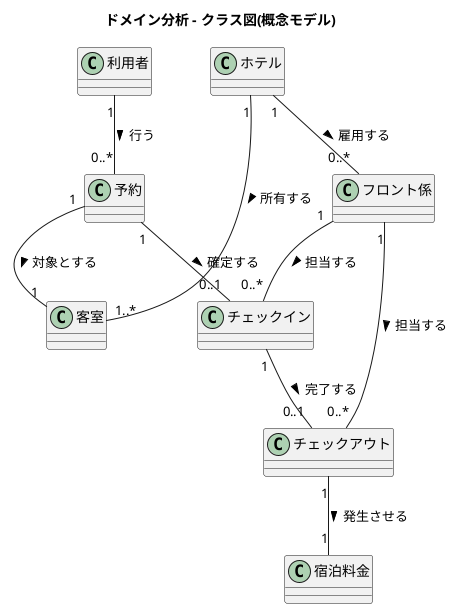
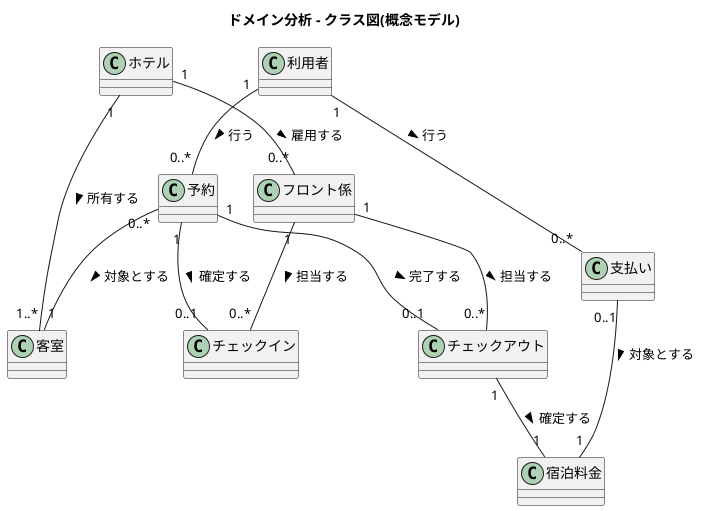
@startuml domain_class_diagram
title ドメイン分析 - クラス図(概念モデル)

class 利用者
class ホテル
class 客室
class 予約
class フロント係
class チェックイン
class チェックアウト
class 宿泊料金
+ class 支払い

利用者 "1" -- "0..*" 予約 : 行う >
- 予約 "1" -- "1" 客室 : 対象とする >
+ 予約 "0..*" -- "1" 客室 : 対象とする >
ホテル "1" -- "1..*" 客室 : 所有する >
ホテル "1" -- "0..*" フロント係 : 雇用する >

予約 "1" -- "0..1" チェックイン : 確定する >
- チェックイン "1" -- "0..1" チェックアウト : 完了する >
+ 予約 "1" -- "0..1" チェックアウト : 完了する >
フロント係 "1" -- "0..*" チェックイン : 担当する >
フロント係 "1" -- "0..*" チェックアウト : 担当する >
- チェックアウト "1" -- "1" 宿泊料金 : 発生させる >
+ チェックアウト "1" -- "1" 宿泊料金 : 確定する >
+ 利用者 "1" -- "0..*" 支払い : 行う >
+ 支払い "0..1" -- "1" 宿泊料金 : 対象とする >

@enduml
